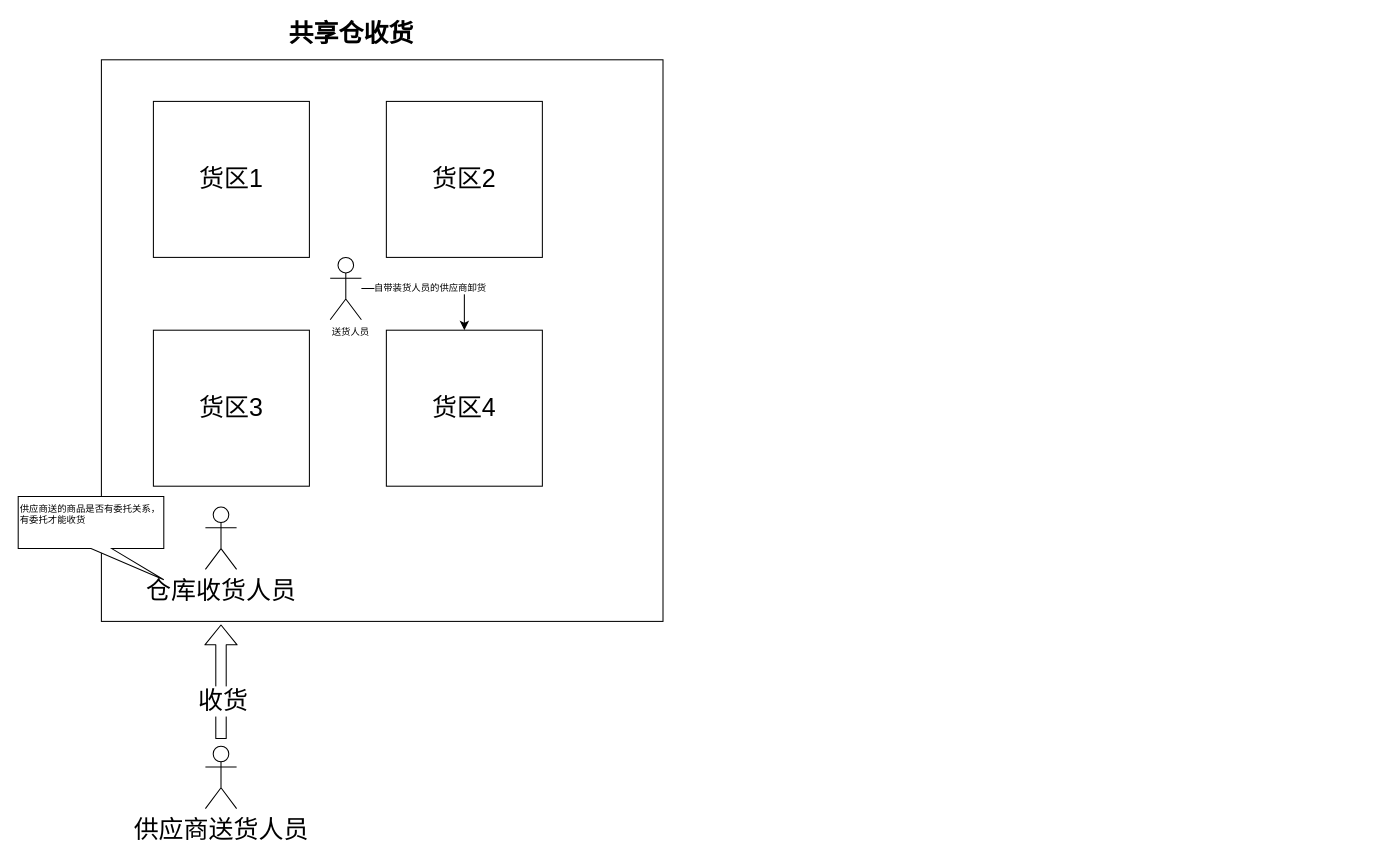
The draw.io diagram 共享仓.drawio in frakaka/mybatis-3, before the edit. Source tidied: cells renumbered, new cells numbered last; positions are measured from the earlier drawing's top-left corner, leaving out a move shared by most shapes. Both pictures are drawn from the tidied source at 104%, with x=0, y=0 at pixel (18, 18).
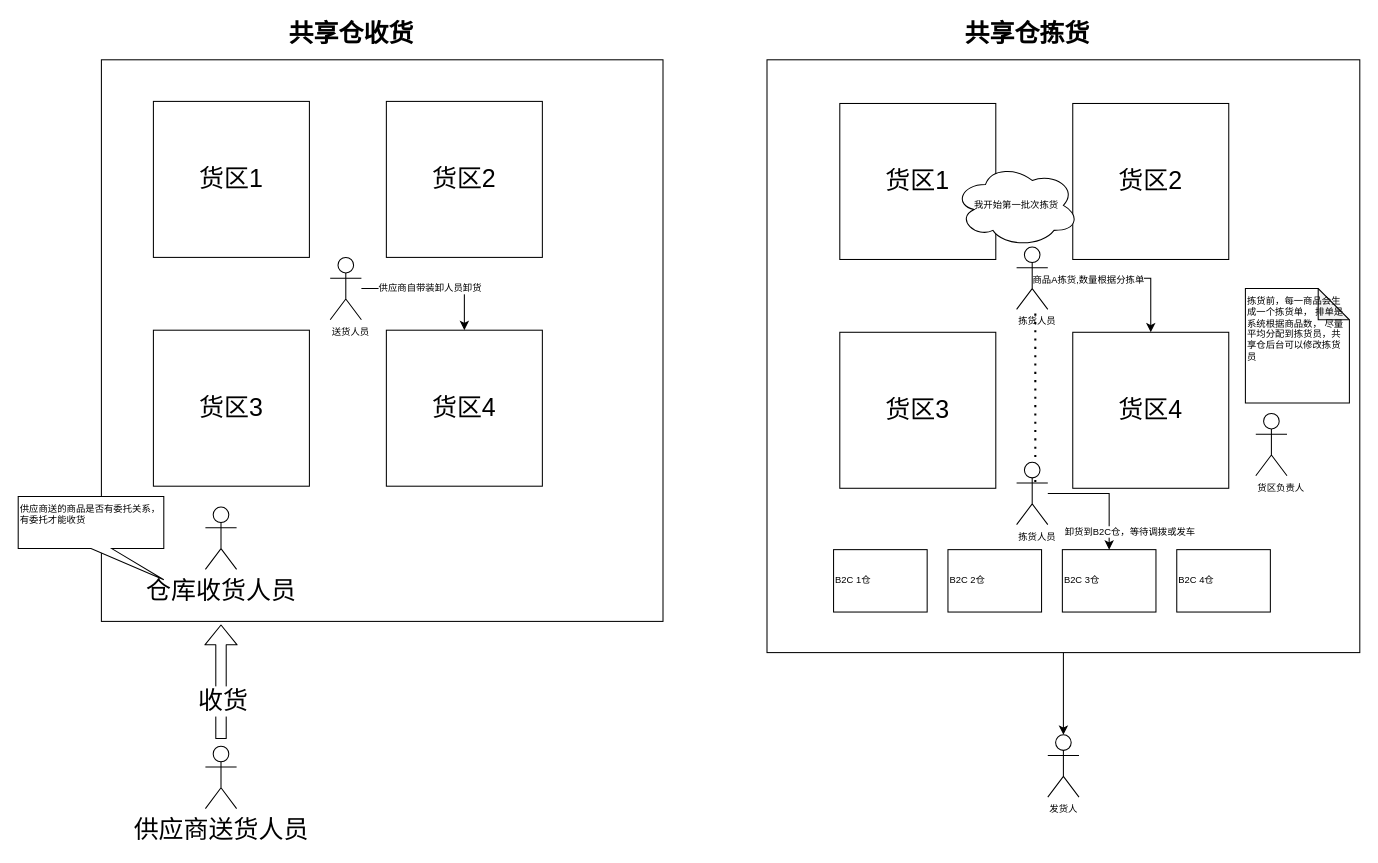
After the change.

Unchanged cells that the change refers to:
```xml
<mxCell id="13" style="edgeStyle=orthogonalEdgeStyle;rounded=0;jettySize=auto;html=1;fontSize=9;" parent="1" edge="1" source="15" target="7">
  <mxGeometry relative="1" as="geometry" />
</mxCell>
```

What changed in the source:
```diff
@@
-    <mxCell id="14" value="自带装货人员的供应商卸货" style="edgeLabel;html=1;align=center;verticalAlign=middle;fontSize=9;" parent="13" vertex="1">
+    <mxCell id="14" value="供应商自带装卸人员卸货" style="edgeLabel;html=1;align=center;verticalAlign=middle;fontSize=9;" parent="13" vertex="1">
       <mxGeometry x="-0.06" y="1" relative="1" as="geometry" />
     </mxCell>
@@
+    <mxCell id="16" style="edgeStyle=orthogonalEdgeStyle;rounded=0;jettySize=auto;html=1;entryX=0.5;entryY=0;entryDx=0;entryDy=0;entryPerimeter=0;fontSize=9;" parent="1" edge="1" source="17" target="37">
+      <mxGeometry relative="1" as="geometry" />
+    </mxCell>
+    <mxCell id="17" style="whiteSpace=wrap;html=1;textOpacity=0;" parent="1" vertex="1">
+      <mxGeometry x="720" y="40" width="570" height="570" as="geometry" />
+    </mxCell>
+    <mxCell id="18" value="共享仓拣货" style="text;html=1;align=center;verticalAlign=middle;fontStyle=1;fontSize=24;" parent="1" vertex="1">
+      <mxGeometry x="900" width="140" height="30" as="geometry" />
+    </mxCell>
+    <mxCell id="19" value="货区1" style="whiteSpace=wrap;html=1;fontSize=24;" parent="1" vertex="1">
+      <mxGeometry x="790" y="82" width="150" height="150" as="geometry" />
+    </mxCell>
+    <mxCell id="20" value="货区2" style="whiteSpace=wrap;html=1;fontSize=24;" parent="1" vertex="1">
+      <mxGeometry x="1014" y="82" width="150" height="150" as="geometry" />
+    </mxCell>
+    <mxCell id="21" value="货区3" style="whiteSpace=wrap;html=1;fontSize=24;" parent="1" vertex="1">
+      <mxGeometry x="790" y="302" width="150" height="150" as="geometry" />
+    </mxCell>
+    <mxCell id="22" value="货区4" style="whiteSpace=wrap;html=1;fontSize=24;" parent="1" vertex="1">
+      <mxGeometry x="1014" y="302" width="150" height="150" as="geometry" />
+    </mxCell>
+    <mxCell id="23" value="B2C 1仓" style="rounded=0;whiteSpace=wrap;html=1;fontSize=9;align=left;" parent="1" vertex="1">
+      <mxGeometry x="784" y="511" width="90" height="60" as="geometry" />
+    </mxCell>
+    <mxCell id="24" value="B2C 2仓" style="rounded=0;whiteSpace=wrap;html=1;fontSize=9;align=left;" parent="1" vertex="1">
+      <mxGeometry x="894" y="511" width="90" height="60" as="geometry" />
+    </mxCell>
+    <mxCell id="25" value="B2C 3仓" style="rounded=0;whiteSpace=wrap;html=1;fontSize=9;align=left;" parent="1" vertex="1">
+      <mxGeometry x="1004" y="511" width="90" height="60" as="geometry" />
+    </mxCell>
+    <mxCell id="26" value="B2C 4仓" style="rounded=0;whiteSpace=wrap;html=1;fontSize=9;align=left;" parent="1" vertex="1">
+      <mxGeometry x="1114" y="511" width="90" height="60" as="geometry" />
+    </mxCell>
+    <mxCell id="27" style="edgeStyle=orthogonalEdgeStyle;rounded=0;jettySize=auto;html=1;fontSize=9;" parent="1" edge="1" source="29" target="22">
+      <mxGeometry relative="1" as="geometry" />
+    </mxCell>
+    <mxCell id="28" value="商品A拣货,数量根据分拣单" style="edgeLabel;html=1;align=center;verticalAlign=middle;fontSize=9;" parent="27" vertex="1">
+      <mxGeometry x="-0.5" y="-1" relative="1" as="geometry" />
+    </mxCell>
+    <mxCell id="29" value="拣货人员" style="shape=umlActor;verticalLabelPosition=bottom;verticalAlign=top;html=1;outlineConnect=0;fontSize=9;align=left;" parent="1" vertex="1">
+      <mxGeometry x="960" y="220" width="30" height="60" as="geometry" />
+    </mxCell>
+    <mxCell id="30" value="货区负责人" style="shape=umlActor;verticalLabelPosition=bottom;verticalAlign=top;html=1;fontSize=9;align=left;" parent="1" vertex="1">
+      <mxGeometry x="1190" y="380" width="30" height="60" as="geometry" />
+    </mxCell>
+    <mxCell id="31" value="拣货前，每一商品会生成一个拣货单， 排单是系统根据商品数， 尽量平均分配到拣货员，共享仓后台可以修改拣货员" style="shape=note;whiteSpace=wrap;html=1;backgroundOutline=1;darkOpacity=0.05;fontSize=9;align=left;verticalAlign=top;" parent="1" vertex="1">
+      <mxGeometry x="1180" y="260" width="100" height="110" as="geometry" />
+    </mxCell>
+    <mxCell id="32" value="我开始第一批次拣货" style="ellipse;shape=cloud;whiteSpace=wrap;html=1;fontSize=9;align=center;" parent="1" vertex="1">
+      <mxGeometry x="900" y="140" width="120" height="80" as="geometry" />
+    </mxCell>
+    <mxCell id="33" style="endArrow=none;dashed=1;html=1;dashPattern=1 3;strokeWidth=2;fontSize=9;" parent="1" edge="1">
+      <mxGeometry relative="1" as="geometry">
+        <mxPoint x="978" y="446" as="sourcePoint" />
+        <mxPoint x="978" y="280" as="targetPoint" />
+      </mxGeometry>
+    </mxCell>
+    <mxCell id="34" style="edgeStyle=orthogonalEdgeStyle;rounded=0;jettySize=auto;html=1;fontSize=9;" parent="1" edge="1" source="36" target="25">
+      <mxGeometry relative="1" as="geometry" />
+    </mxCell>
+    <mxCell id="35" value="卸货到B2C仓，等待调拨或发车" style="edgeLabel;html=1;align=center;verticalAlign=middle;fontSize=9;" parent="34" vertex="1">
+      <mxGeometry x="0.03" y="-18" relative="1" as="geometry">
+        <mxPoint x="20" y="18" as="offset" />
+      </mxGeometry>
+    </mxCell>
+    <mxCell id="36" value="拣货人员" style="shape=umlActor;verticalLabelPosition=bottom;verticalAlign=top;html=1;outlineConnect=0;fontSize=9;align=left;" parent="1" vertex="1">
+      <mxGeometry x="960" y="427" width="30" height="60" as="geometry" />
+    </mxCell>
+    <mxCell id="37" value="发货人" style="shape=umlActor;verticalLabelPosition=bottom;verticalAlign=top;html=1;outlineConnect=0;fontSize=9;align=left;" parent="1" vertex="1">
+      <mxGeometry x="990" y="689" width="30" height="60" as="geometry" />
+    </mxCell>
```
